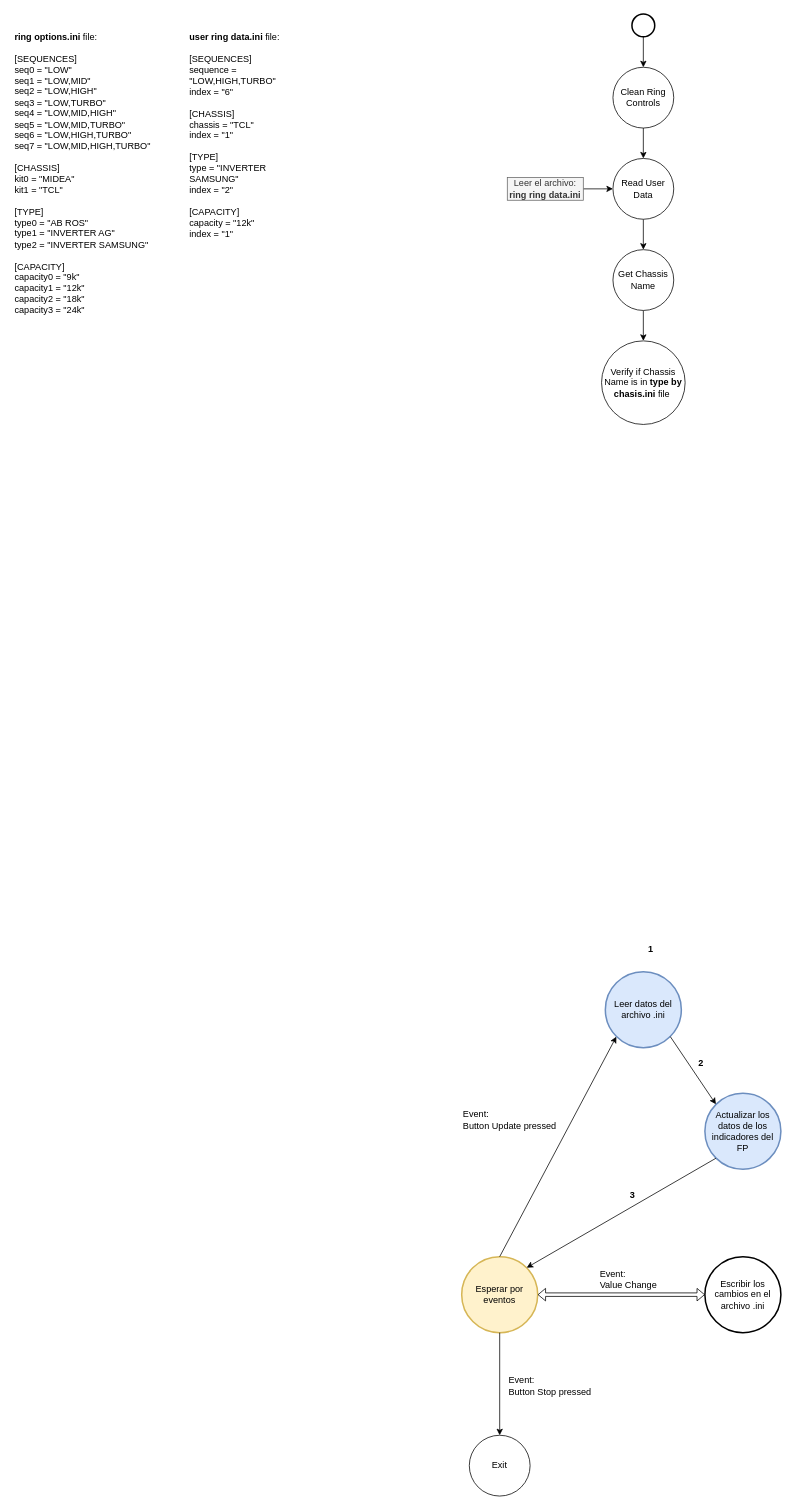
Earlier version of the draw.io diagram page "Página-2" (2 of 2) of documentation/Diagrama de flujo2.drawio (rnt-code/Actualizacion-Dinamica-y-Persistente-de-Datos-en-el-Panel-Frontal). Source tidied: cells renumbered, new cells numbered last; positions are measured from the earlier drawing's top-left corner, leaving out a move shared by most shapes. Both pictures are drawn from the tidied source at 76%, with x=0, y=0 at pixel (13, 14).
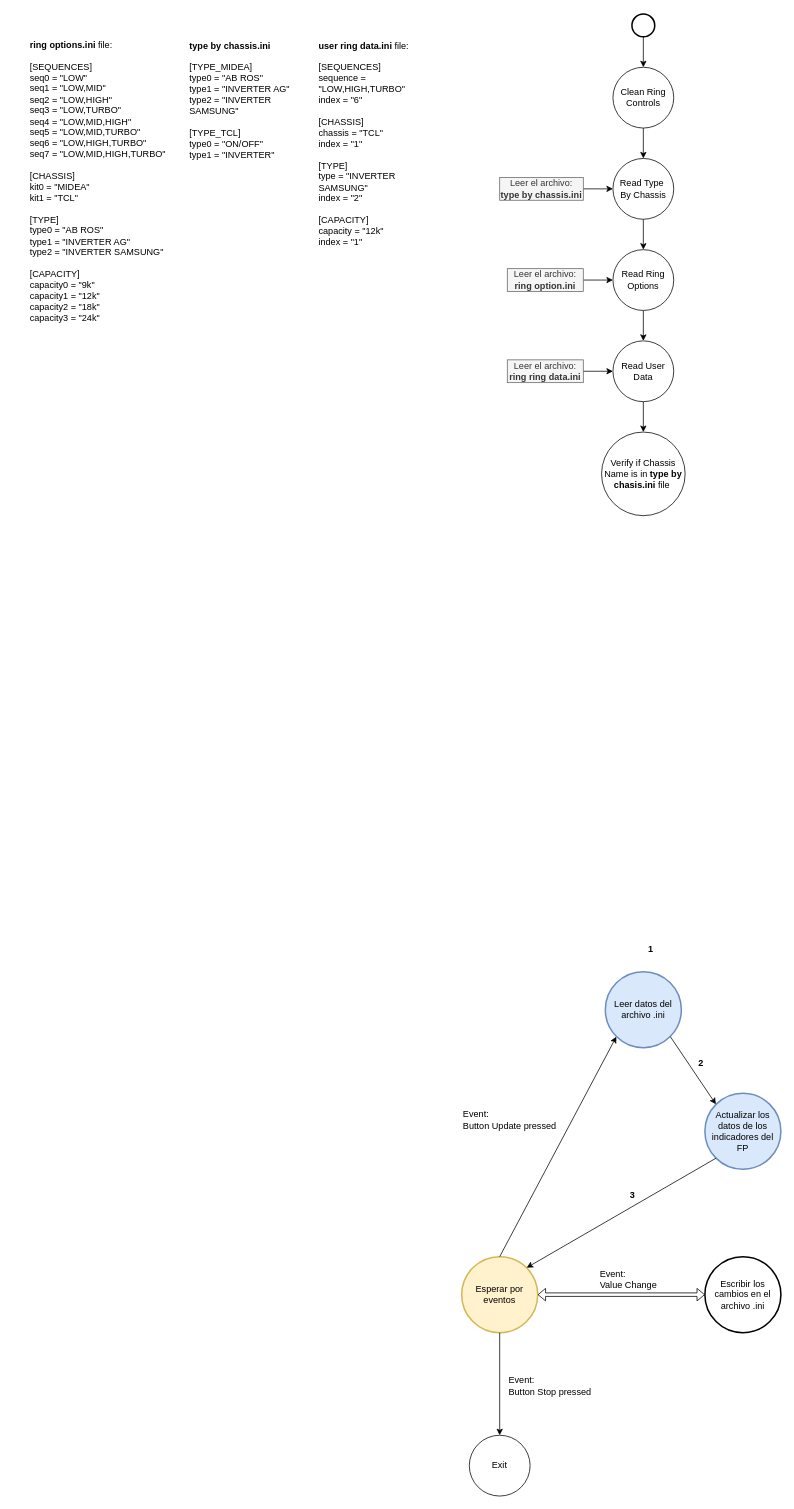
Above is the later version.

The change refers to these unchanged cells:
```xml
<mxCell id="21" value="Clean Ring Controls" style="ellipse;whiteSpace=wrap;html=1;" parent="1" vertex="1">
  <mxGeometry x="789" y="70" width="80" height="80" as="geometry" />
</mxCell>
```

The edit, as a diff of the source:
```diff
@@
-    <mxCell id="20" style="edgeStyle=orthogonalEdgeStyle;rounded=0;jettySize=auto;html=1;exitX=0.5;exitY=1;exitDx=0;exitDy=0;entryX=0.5;entryY=0;entryDx=0;entryDy=0;" parent="1" edge="1" source="21" target="24">
-      <mxGeometry relative="1" as="geometry" />
-    </mxCell>
+    <mxCell id="31" style="edgeStyle=orthogonalEdgeStyle;rounded=0;jettySize=auto;html=1;exitX=0.5;exitY=1;exitDx=0;exitDy=0;entryX=0.5;entryY=0;entryDx=0;entryDy=0;" parent="1" edge="1" source="21" target="35">
+      <mxGeometry relative="1" as="geometry" />
+    </mxCell>
@@
     <mxCell id="22" value="Verify if Chassis Name is in &lt;b&gt;type by chasis.ini&lt;/b&gt; file&amp;nbsp;" style="ellipse;whiteSpace=wrap;html=1;" parent="1" vertex="1">
-      <mxGeometry x="774" y="430" width="110" height="110" as="geometry" />
+      <mxGeometry x="774" y="550" width="110" height="110" as="geometry" />
     </mxCell>
@@
-    <mxCell id="24" value="Read User Data" style="ellipse;whiteSpace=wrap;html=1;" parent="1" vertex="1">
-      <mxGeometry x="789" y="190" width="80" height="80" as="geometry" />
+    <mxCell id="24" value="Read Ring Options" style="ellipse;whiteSpace=wrap;html=1;" parent="1" vertex="1">
+      <mxGeometry x="789" y="310" width="80" height="80" as="geometry" />
     </mxCell>
-    <mxCell id="25" style="edgeStyle=orthogonalEdgeStyle;rounded=0;jettySize=auto;html=1;exitX=1;exitY=0.5;exitDx=0;exitDy=0;entryX=0;entryY=0.5;entryDx=0;entryDy=0;" parent="1" edge="1" source="26" target="24">
-      <mxGeometry relative="1" as="geometry" />
+    <mxCell id="25" style="edgeStyle=orthogonalEdgeStyle;rounded=0;jettySize=auto;html=1;exitX=1;exitY=0.5;exitDx=0;exitDy=0;entryX=0;entryY=0.5;entryDx=0;entryDy=0;" parent="1" edge="1" source="26">
+      <mxGeometry relative="1" as="geometry">
+        <mxPoint x="789" y="470" as="targetPoint" />
+      </mxGeometry>
     </mxCell>
     <mxCell id="26" value="Leer el archivo: &lt;b&gt;ring ring data.ini&lt;/b&gt;" style="text;html=1;strokeColor=#666666;fillColor=#f5f5f5;align=center;verticalAlign=middle;whiteSpace=wrap;rounded=0;fontColor=#333333;" parent="1" vertex="1">
-      <mxGeometry x="650" y="215" width="100" height="30" as="geometry" />
+      <mxGeometry x="650" y="455" width="100" height="30" as="geometry" />
     </mxCell>
-    <mxCell id="27" value="&lt;div&gt;&lt;b&gt;ring options.ini&lt;/b&gt; file:&lt;/div&gt;&lt;div&gt;&lt;br&gt;&lt;/div&gt;&lt;div&gt;[SEQUENCES]&lt;/div&gt;&lt;div&gt;seq0 = &quot;LOW&quot;&lt;/div&gt;&lt;div&gt;seq1 = &quot;LOW,MID&quot;&lt;/div&gt;&lt;div&gt;seq2 = &quot;LOW,HIGH&quot;&lt;/div&gt;&lt;div&gt;seq3 = &quot;LOW,TURBO&quot;&lt;/div&gt;&lt;div&gt;seq4 = &quot;LOW,MID,HIGH&quot;&lt;/div&gt;&lt;div&gt;seq5 = &quot;LOW,MID,TURBO&quot;&lt;/div&gt;&lt;div&gt;seq6 = &quot;LOW,HIGH,TURBO&quot;&lt;/div&gt;&lt;div&gt;seq7 = &quot;LOW,MID,HIGH,TURBO&quot;&lt;/div&gt;&lt;div&gt;&lt;br&gt;&lt;/div&gt;&lt;div&gt;[CHASSIS]&lt;/div&gt;&lt;div&gt;kit0 = &quot;MIDEA&quot;&lt;/div&gt;&lt;div&gt;kit1 = &quot;TCL&quot;&lt;/div&gt;&lt;div&gt;&lt;br&gt;&lt;/div&gt;&lt;div&gt;[TYPE]&lt;/div&gt;&lt;div&gt;type0 = &quot;AB ROS&quot;&lt;/div&gt;&lt;div&gt;type1 = &quot;INVERTER AG&quot;&lt;/div&gt;&lt;div&gt;type2 = &quot;INVERTER SAMSUNG&quot;&lt;/div&gt;&lt;div&gt;&lt;br&gt;&lt;/div&gt;&lt;div&gt;[CAPACITY]&lt;/div&gt;&lt;div&gt;capacity0 = &quot;9k&quot;&lt;/div&gt;&lt;div&gt;capacity1 = &quot;12k&quot;&lt;/div&gt;&lt;div&gt;capacity2 = &quot;18k&quot;&lt;/div&gt;&lt;div&gt;capacity3 = &quot;24k&quot;&lt;/div&gt;" style="text;html=1;align=left;verticalAlign=middle;strokeColor=none;fillColor=none;" parent="1" vertex="1">
-      <mxGeometry y="15" width="200" height="390" as="geometry" />
-    </mxCell>
-    <mxCell id="28" value="&lt;div&gt;&lt;b&gt;user ring data.ini&lt;/b&gt; file:&lt;/div&gt;&lt;div&gt;&lt;br&gt;&lt;/div&gt;&lt;div&gt;[SEQUENCES]&lt;/div&gt;&lt;div&gt;sequence = &quot;LOW,HIGH,TURBO&quot;&lt;/div&gt;&lt;div&gt;index = &quot;6&quot;&lt;/div&gt;&lt;div&gt;&lt;br&gt;&lt;/div&gt;&lt;div&gt;[CHASSIS]&lt;/div&gt;&lt;div&gt;chassis = &quot;TCL&quot;&lt;/div&gt;&lt;div&gt;index = &quot;1&quot;&lt;/div&gt;&lt;div&gt;&lt;br&gt;&lt;/div&gt;&lt;div&gt;[TYPE]&lt;/div&gt;&lt;div&gt;type = &quot;INVERTER SAMSUNG&quot;&lt;/div&gt;&lt;div&gt;index = &quot;2&quot;&lt;/div&gt;&lt;div&gt;&lt;br&gt;&lt;/div&gt;&lt;div&gt;[CAPACITY]&lt;/div&gt;&lt;div&gt;capacity = &quot;12k&quot;&lt;/div&gt;&lt;div&gt;index = &quot;1&quot;&lt;/div&gt;" style="text;html=1;strokeColor=none;fillColor=none;align=left;verticalAlign=middle;whiteSpace=wrap;rounded=0;" parent="1" vertex="1">
-      <mxGeometry x="230" y="20" width="150" height="280" as="geometry" />
-    </mxCell>
@@
-    <mxCell id="30" value="Get Chassis Name" style="ellipse;whiteSpace=wrap;html=1;" parent="1" vertex="1">
-      <mxGeometry x="789" y="310" width="80" height="80" as="geometry" />
+    <mxCell id="30" value="Read User Data" style="ellipse;whiteSpace=wrap;html=1;" parent="1" vertex="1">
+      <mxGeometry x="789" y="430" width="80" height="80" as="geometry" />
     </mxCell>
+    <mxCell id="32" style="edgeStyle=orthogonalEdgeStyle;rounded=0;jettySize=auto;html=1;exitX=1;exitY=0.5;exitDx=0;exitDy=0;entryX=0;entryY=0.5;entryDx=0;entryDy=0;" parent="1" edge="1" source="33">
+      <mxGeometry relative="1" as="geometry">
+        <mxPoint x="789" y="230" as="targetPoint" />
+      </mxGeometry>
+    </mxCell>
+    <mxCell id="33" value="Leer el archivo: &lt;b&gt;type by chassis.ini&lt;/b&gt;" style="text;html=1;strokeColor=#666666;fillColor=#f5f5f5;align=center;verticalAlign=middle;whiteSpace=wrap;rounded=0;fontColor=#333333;" parent="1" vertex="1">
+      <mxGeometry x="640" y="215" width="110" height="30" as="geometry" />
+    </mxCell>
+    <mxCell id="34" style="edgeStyle=orthogonalEdgeStyle;rounded=0;jettySize=auto;html=1;exitX=0.5;exitY=1;exitDx=0;exitDy=0;entryX=0.5;entryY=0;entryDx=0;entryDy=0;" parent="1" edge="1" source="35" target="24">
+      <mxGeometry relative="1" as="geometry" />
+    </mxCell>
+    <mxCell id="35" value="Read Type&amp;nbsp;&lt;div&gt;By Chassis&lt;/div&gt;" style="ellipse;whiteSpace=wrap;html=1;" parent="1" vertex="1">
+      <mxGeometry x="789" y="190" width="80" height="80" as="geometry" />
+    </mxCell>
+    <mxCell id="36" style="edgeStyle=orthogonalEdgeStyle;rounded=0;jettySize=auto;html=1;exitX=1;exitY=0.5;exitDx=0;exitDy=0;entryX=0;entryY=0.5;entryDx=0;entryDy=0;" parent="1" edge="1" source="37">
+      <mxGeometry relative="1" as="geometry">
+        <mxPoint x="789" y="350" as="targetPoint" />
+      </mxGeometry>
+    </mxCell>
+    <mxCell id="37" value="Leer el archivo: &lt;b&gt;ring option.ini&lt;/b&gt;" style="text;html=1;strokeColor=#666666;fillColor=#f5f5f5;align=center;verticalAlign=middle;whiteSpace=wrap;rounded=0;fontColor=#333333;" parent="1" vertex="1">
+      <mxGeometry x="650" y="335" width="100" height="30" as="geometry" />
+    </mxCell>
+    <mxCell id="38" style="group;" parent="1" vertex="1">
+      <mxGeometry x="20" y="30" width="530" height="380" as="geometry" />
+    </mxCell>
+    <mxCell id="28" value="&lt;div&gt;&lt;b&gt;user ring data.ini&lt;/b&gt; file:&lt;/div&gt;&lt;div&gt;&lt;br&gt;&lt;/div&gt;&lt;div&gt;[SEQUENCES]&lt;/div&gt;&lt;div&gt;sequence = &quot;LOW,HIGH,TURBO&quot;&lt;/div&gt;&lt;div&gt;index = &quot;6&quot;&lt;/div&gt;&lt;div&gt;&lt;br&gt;&lt;/div&gt;&lt;div&gt;[CHASSIS]&lt;/div&gt;&lt;div&gt;chassis = &quot;TCL&quot;&lt;/div&gt;&lt;div&gt;index = &quot;1&quot;&lt;/div&gt;&lt;div&gt;&lt;br&gt;&lt;/div&gt;&lt;div&gt;[TYPE]&lt;/div&gt;&lt;div&gt;type = &quot;INVERTER SAMSUNG&quot;&lt;/div&gt;&lt;div&gt;index = &quot;2&quot;&lt;/div&gt;&lt;div&gt;&lt;br&gt;&lt;/div&gt;&lt;div&gt;[CAPACITY]&lt;/div&gt;&lt;div&gt;capacity = &quot;12k&quot;&lt;/div&gt;&lt;div&gt;index = &quot;1&quot;&lt;/div&gt;" style="text;html=1;strokeColor=none;fillColor=none;align=left;verticalAlign=bottom;whiteSpace=wrap;rounded=0;" parent="38" vertex="1">
+      <mxGeometry x="380" width="150" height="280" as="geometry" />
+    </mxCell>
+    <mxCell id="39" value="&lt;div&gt;&lt;b&gt;type by chassis.ini&lt;/b&gt;&lt;/div&gt;&lt;div&gt;&lt;br&gt;&lt;/div&gt;&lt;div&gt;[TYPE_MIDEA]&lt;/div&gt;&lt;div&gt;type0 = &quot;AB ROS&quot;&lt;/div&gt;&lt;div&gt;type1 = &quot;INVERTER AG&quot;&lt;/div&gt;&lt;div&gt;type2 = &quot;INVERTER SAMSUNG&quot;&lt;/div&gt;&lt;div&gt;&lt;br&gt;&lt;/div&gt;&lt;div&gt;[TYPE_TCL]&lt;/div&gt;&lt;div&gt;type0 = &quot;ON/OFF&quot;&lt;/div&gt;&lt;div&gt;type1 = &quot;INVERTER&quot;&lt;/div&gt;" style="text;html=1;align=left;verticalAlign=bottom;whiteSpace=wrap;rounded=0;" parent="38" vertex="1">
+      <mxGeometry x="210" width="170" height="165" as="geometry" />
+    </mxCell>
+    <mxCell id="27" value="&lt;div style=&quot;text-wrap-mode: nowrap;&quot;&gt;&lt;b&gt;ring options.ini&lt;/b&gt;&amp;nbsp;file:&lt;/div&gt;&lt;div style=&quot;text-wrap-mode: nowrap;&quot;&gt;&lt;br&gt;&lt;/div&gt;&lt;div style=&quot;text-wrap-mode: nowrap;&quot;&gt;[SEQUENCES]&lt;/div&gt;&lt;div style=&quot;text-wrap-mode: nowrap;&quot;&gt;seq0 = &quot;LOW&quot;&lt;/div&gt;&lt;div style=&quot;text-wrap-mode: nowrap;&quot;&gt;seq1 = &quot;LOW,MID&quot;&lt;/div&gt;&lt;div style=&quot;text-wrap-mode: nowrap;&quot;&gt;seq2 = &quot;LOW,HIGH&quot;&lt;/div&gt;&lt;div style=&quot;text-wrap-mode: nowrap;&quot;&gt;seq3 = &quot;LOW,TURBO&quot;&lt;/div&gt;&lt;div style=&quot;text-wrap-mode: nowrap;&quot;&gt;seq4 = &quot;LOW,MID,HIGH&quot;&lt;/div&gt;&lt;div style=&quot;text-wrap-mode: nowrap;&quot;&gt;seq5 = &quot;LOW,MID,TURBO&quot;&lt;/div&gt;&lt;div style=&quot;text-wrap-mode: nowrap;&quot;&gt;seq6 = &quot;LOW,HIGH,TURBO&quot;&lt;/div&gt;&lt;div style=&quot;text-wrap-mode: nowrap;&quot;&gt;seq7 = &quot;LOW,MID,HIGH,TURBO&quot;&lt;/div&gt;&lt;div style=&quot;text-wrap-mode: nowrap;&quot;&gt;&lt;br&gt;&lt;/div&gt;&lt;div style=&quot;text-wrap-mode: nowrap;&quot;&gt;[CHASSIS]&lt;/div&gt;&lt;div style=&quot;text-wrap-mode: nowrap;&quot;&gt;kit0 = &quot;MIDEA&quot;&lt;/div&gt;&lt;div style=&quot;text-wrap-mode: nowrap;&quot;&gt;kit1 = &quot;TCL&quot;&lt;/div&gt;&lt;div style=&quot;text-wrap-mode: nowrap;&quot;&gt;&lt;br&gt;&lt;/div&gt;&lt;div style=&quot;text-wrap-mode: nowrap;&quot;&gt;[TYPE]&lt;/div&gt;&lt;div style=&quot;text-wrap-mode: nowrap;&quot;&gt;type0 = &quot;AB ROS&quot;&lt;/div&gt;&lt;div style=&quot;text-wrap-mode: nowrap;&quot;&gt;type1 = &quot;INVERTER AG&quot;&lt;/div&gt;&lt;div style=&quot;text-wrap-mode: nowrap;&quot;&gt;type2 = &quot;INVERTER SAMSUNG&quot;&lt;/div&gt;&lt;div style=&quot;text-wrap-mode: nowrap;&quot;&gt;&lt;br&gt;&lt;/div&gt;&lt;div style=&quot;text-wrap-mode: nowrap;&quot;&gt;[CAPACITY]&lt;/div&gt;&lt;div style=&quot;text-wrap-mode: nowrap;&quot;&gt;capacity0 = &quot;9k&quot;&lt;/div&gt;&lt;div style=&quot;text-wrap-mode: nowrap;&quot;&gt;capacity1 = &quot;12k&quot;&lt;/div&gt;&lt;div style=&quot;text-wrap-mode: nowrap;&quot;&gt;capacity2 = &quot;18k&quot;&lt;/div&gt;&lt;div style=&quot;text-wrap-mode: nowrap;&quot;&gt;capacity3 = &quot;24k&quot;&lt;/div&gt;" style="text;html=1;align=left;verticalAlign=bottom;whiteSpace=wrap;rounded=0;" parent="38" vertex="1">
+      <mxGeometry width="210" height="380" as="geometry" />
+    </mxCell>
```
